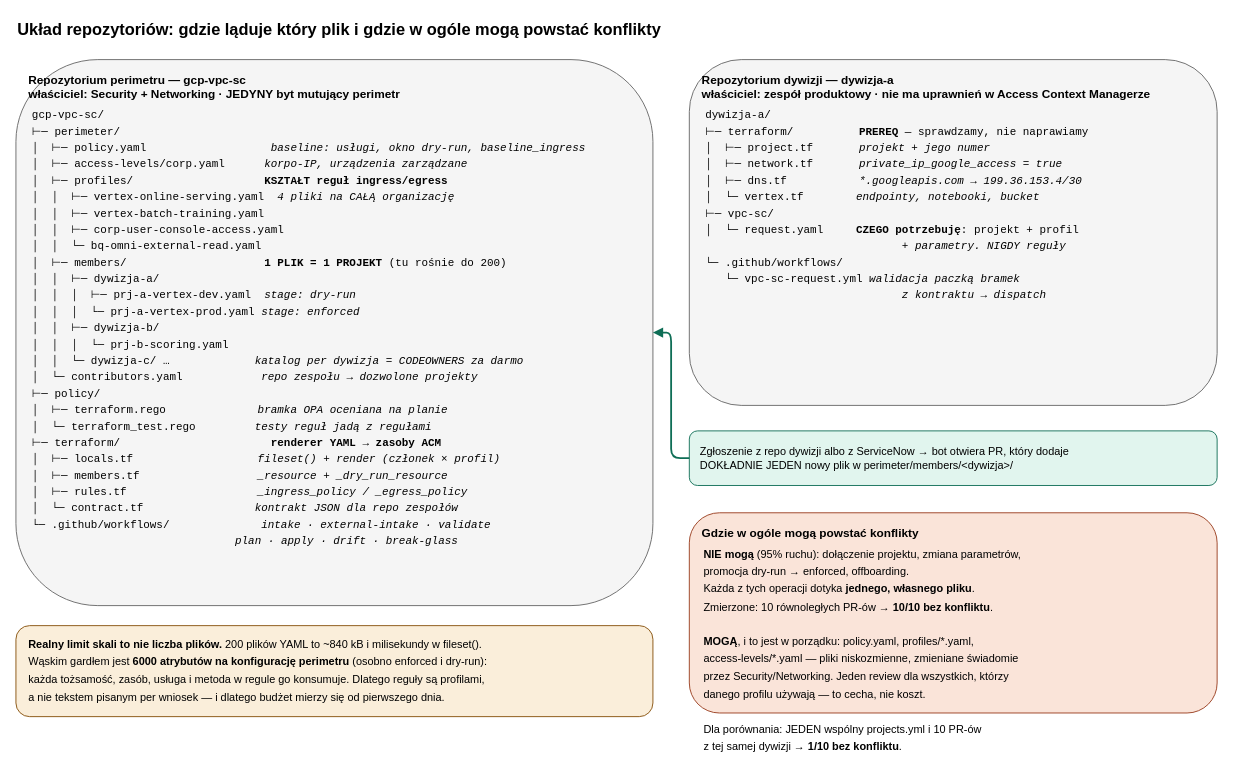
Above: docs/diagrams/D5-struktura-folderow.drawio in CptDolphin/gcp-vpc-sc (draw.io), before the change. Source tidied: cells renumbered, new cells numbered last; positions are measured from the earlier drawing's top-left corner, leaving out a move shared by most shapes. Both pictures are drawn from the tidied source at 91%, with x=0, y=0 at pixel (15, 15).
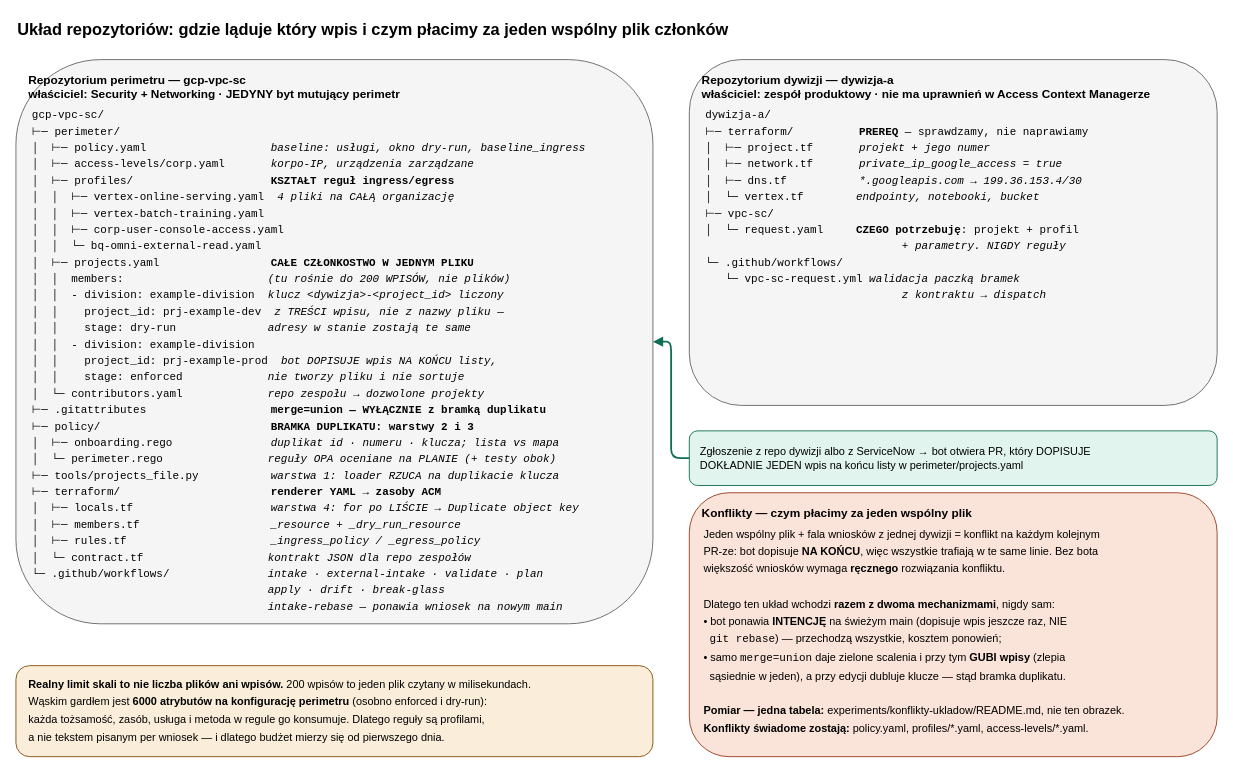
Above is the later version.

What changed in the source:
```diff
@@
 <mxGraphModel>
   <root>
     <mxCell id="0" />
     <mxCell id="1" parent="0" />
-    <mxCell id="2" value="Układ repozytoriów: gdzie ląduje który plik i gdzie w ogóle mogą powstać konflikty" style="text;html=1;fontSize=18;fontStyle=1;align=left;verticalAlign=middle;" parent="1" vertex="1">
+    <mxCell id="2" value="Układ repozytoriów: gdzie ląduje który wpis i czym płacimy za jeden wspólny plik członków" style="text;html=1;fontSize=18;fontStyle=1;align=left;verticalAlign=middle;" parent="1" vertex="1">
       <mxGeometry width="1000" height="30" as="geometry" />
     </mxCell>
     <mxCell id="3" value="Repozytorium perimetru — gcp-vpc-sc&#10;właściciel: Security + Networking · JEDYNY byt mutujący perimetr" style="rounded=1;whiteSpace=wrap;html=1;fillColor=#f5f5f5;strokeColor=#666666;align=left;verticalAlign=top;spacingLeft=12;spacingTop=8;fontSize=13;fontStyle=1;" parent="1" vertex="1">
-      <mxGeometry y="48" width="700" height="600" as="geometry" />
+      <mxGeometry y="48" width="700" height="620" as="geometry" />
     </mxCell>
-    <mxCell id="4" value="&lt;div style=&quot;font-family:Courier New,monospace;font-size:12px;text-align:left;line-height:1.5&quot;&gt;gcp-vpc-sc/&lt;br&gt;⊢─ perimeter/&lt;br&gt;│&amp;nbsp;&amp;nbsp;⊢─ policy.yaml&amp;nbsp;&amp;nbsp;&amp;nbsp;&amp;nbsp;&amp;nbsp;&amp;nbsp;&amp;nbsp;&amp;nbsp;&amp;nbsp;&amp;nbsp;&amp;nbsp;&amp;nbsp;&amp;nbsp;&amp;nbsp;&amp;nbsp;&amp;nbsp;&amp;nbsp;&amp;nbsp;&amp;nbsp;&lt;i&gt;baseline: usługi, okno dry-run, baseline_ingress&lt;/i&gt;&lt;br&gt;│&amp;nbsp;&amp;nbsp;⊢─ access-levels/corp.yaml&amp;nbsp;&amp;nbsp;&amp;nbsp;&amp;nbsp;&amp;nbsp;&amp;nbsp;&lt;i&gt;korpo-IP, urządzenia zarządzane&lt;/i&gt;&lt;br&gt;│&amp;nbsp;&amp;nbsp;⊢─ profiles/&amp;nbsp;&amp;nbsp;&amp;nbsp;&amp;nbsp;&amp;nbsp;&amp;nbsp;&amp;nbsp;&amp;nbsp;&amp;nbsp;&amp;nbsp;&amp;nbsp;&amp;nbsp;&amp;nbsp;&amp;nbsp;&amp;nbsp;&amp;nbsp;&amp;nbsp;&amp;nbsp;&amp;nbsp;&amp;nbsp;&lt;b&gt;KSZTAŁT reguł ingress/egress&lt;/b&gt;&lt;br&gt;│&amp;nbsp;&amp;nbsp;│&amp;nbsp;&amp;nbsp;⊢─ vertex-online-serving.yaml&amp;nbsp;&amp;nbsp;&lt;i&gt;4 pliki na CAŁĄ organizację&lt;/i&gt;&lt;br&gt;│&amp;nbsp;&amp;nbsp;│&amp;nbsp;&amp;nbsp;⊢─ vertex-batch-training.yaml&lt;br&gt;│&amp;nbsp;&amp;nbsp;│&amp;nbsp;&amp;nbsp;⊢─ corp-user-console-access.yaml&lt;br&gt;│&amp;nbsp;&amp;nbsp;│&amp;nbsp;&amp;nbsp;└─ bq-omni-external-read.yaml&lt;br&gt;│&amp;nbsp;&amp;nbsp;⊢─ members/&amp;nbsp;&amp;nbsp;&amp;nbsp;&amp;nbsp;&amp;nbsp;&amp;nbsp;&amp;nbsp;&amp;nbsp;&amp;nbsp;&amp;nbsp;&amp;nbsp;&amp;nbsp;&amp;nbsp;&amp;nbsp;&amp;nbsp;&amp;nbsp;&amp;nbsp;&amp;nbsp;&amp;nbsp;&amp;nbsp;&amp;nbsp;&lt;b&gt;1 PLIK = 1 PROJEKT&lt;/b&gt; (tu rośnie do 200)&lt;br&gt;│&amp;nbsp;&amp;nbsp;│&amp;nbsp;&amp;nbsp;⊢─ dywizja-a/&lt;br&gt;│&amp;nbsp;&amp;nbsp;│&amp;nbsp;&amp;nbsp;│&amp;nbsp;&amp;nbsp;⊢─ prj-a-vertex-dev.yaml&amp;nbsp;&amp;nbsp;&lt;i&gt;stage: dry-run&lt;/i&gt;&lt;br&gt;│&amp;nbsp;&amp;nbsp;│&amp;nbsp;&amp;nbsp;│&amp;nbsp;&amp;nbsp;└─ prj-a-vertex-prod.yaml&amp;nbsp;&lt;i&gt;stage: enforced&lt;/i&gt;&lt;br&gt;│&amp;nbsp;&amp;nbsp;│&amp;nbsp;&amp;nbsp;⊢─ dywizja-b/&lt;br&gt;│&amp;nbsp;&amp;nbsp;│&amp;nbsp;&amp;nbsp;│&amp;nbsp;&amp;nbsp;└─ prj-b-scoring.yaml&lt;br&gt;│&amp;nbsp;&amp;nbsp;│&amp;nbsp;&amp;nbsp;└─ dywizja-c/ …&amp;nbsp;&amp;nbsp;&amp;nbsp;&amp;nbsp;&amp;nbsp;&amp;nbsp;&amp;nbsp;&amp;nbsp;&amp;nbsp;&amp;nbsp;&amp;nbsp;&amp;nbsp;&amp;nbsp;&lt;i&gt;katalog per dywizja = CODEOWNERS za darmo&lt;/i&gt;&lt;br&gt;│&amp;nbsp;&amp;nbsp;└─ contributors.yaml&amp;nbsp;&amp;nbsp;&amp;nbsp;&amp;nbsp;&amp;nbsp;&amp;nbsp;&amp;nbsp;&amp;nbsp;&amp;nbsp;&amp;nbsp;&amp;nbsp;&amp;nbsp;&lt;i&gt;repo zespołu → dozwolone projekty&lt;/i&gt;&lt;br&gt;⊢─ policy/&lt;br&gt;│&amp;nbsp;&amp;nbsp;⊢─ terraform.rego&amp;nbsp;&amp;nbsp;&amp;nbsp;&amp;nbsp;&amp;nbsp;&amp;nbsp;&amp;nbsp;&amp;nbsp;&amp;nbsp;&amp;nbsp;&amp;nbsp;&amp;nbsp;&amp;nbsp;&amp;nbsp;&lt;i&gt;bramka OPA oceniana na planie&lt;/i&gt;&lt;br&gt;│&amp;nbsp;&amp;nbsp;└─ terraform_test.rego&amp;nbsp;&amp;nbsp;&amp;nbsp;&amp;nbsp;&amp;nbsp;&amp;nbsp;&amp;nbsp;&amp;nbsp;&amp;nbsp;&lt;i&gt;testy reguł jadą z regułami&lt;/i&gt;&lt;br&gt;⊢─ terraform/&amp;nbsp;&amp;nbsp;&amp;nbsp;&amp;nbsp;&amp;nbsp;&amp;nbsp;&amp;nbsp;&amp;nbsp;&amp;nbsp;&amp;nbsp;&amp;nbsp;&amp;nbsp;&amp;nbsp;&amp;nbsp;&amp;nbsp;&amp;nbsp;&amp;nbsp;&amp;nbsp;&amp;nbsp;&amp;nbsp;&amp;nbsp;&amp;nbsp;&amp;nbsp;&lt;b&gt;renderer YAML → zasoby ACM&lt;/b&gt;&lt;br&gt;│&amp;nbsp;&amp;nbsp;⊢─ locals.tf&amp;nbsp;&amp;nbsp;&amp;nbsp;&amp;nbsp;&amp;nbsp;&amp;nbsp;&amp;nbsp;&amp;nbsp;&amp;nbsp;&amp;nbsp;&amp;nbsp;&amp;nbsp;&amp;nbsp;&amp;nbsp;&amp;nbsp;&amp;nbsp;&amp;nbsp;&amp;nbsp;&amp;nbsp;&lt;i&gt;fileset() + render (członek × profil)&lt;/i&gt;&lt;br&gt;│&amp;nbsp;&amp;nbsp;⊢─ members.tf&amp;nbsp;&amp;nbsp;&amp;nbsp;&amp;nbsp;&amp;nbsp;&amp;nbsp;&amp;nbsp;&amp;nbsp;&amp;nbsp;&amp;nbsp;&amp;nbsp;&amp;nbsp;&amp;nbsp;&amp;nbsp;&amp;nbsp;&amp;nbsp;&amp;nbsp;&amp;nbsp;&lt;i&gt;_resource + _dry_run_resource&lt;/i&gt;&lt;br&gt;│&amp;nbsp;&amp;nbsp;⊢─ rules.tf&amp;nbsp;&amp;nbsp;&amp;nbsp;&amp;nbsp;&amp;nbsp;&amp;nbsp;&amp;nbsp;&amp;nbsp;&amp;nbsp;&amp;nbsp;&amp;nbsp;&amp;nbsp;&amp;nbsp;&amp;nbsp;&amp;nbsp;&amp;nbsp;&amp;nbsp;&amp;nbsp;&amp;nbsp;&amp;nbsp;&lt;i&gt;_ingress_policy / _egress_policy&lt;/i&gt;&lt;br&gt;│&amp;nbsp;&amp;nbsp;└─ contract.tf&amp;nbsp;&amp;nbsp;&amp;nbsp;&amp;nbsp;&amp;nbsp;&amp;nbsp;&amp;nbsp;&amp;nbsp;&amp;nbsp;&amp;nbsp;&amp;nbsp;&amp;nbsp;&amp;nbsp;&amp;nbsp;&amp;nbsp;&amp;nbsp;&amp;nbsp;&lt;i&gt;kontrakt JSON dla repo zespołów&lt;/i&gt;&lt;br&gt;└─ .github/workflows/&amp;nbsp;&amp;nbsp;&amp;nbsp;&amp;nbsp;&amp;nbsp;&amp;nbsp;&amp;nbsp;&amp;nbsp;&amp;nbsp;&amp;nbsp;&amp;nbsp;&amp;nbsp;&amp;nbsp;&amp;nbsp;&lt;i&gt;intake · external-intake · validate&lt;/i&gt;&lt;br&gt;&amp;nbsp;&amp;nbsp;&amp;nbsp;&amp;nbsp;&amp;nbsp;&amp;nbsp;&amp;nbsp;&amp;nbsp;&amp;nbsp;&amp;nbsp;&amp;nbsp;&amp;nbsp;&amp;nbsp;&amp;nbsp;&amp;nbsp;&amp;nbsp;&amp;nbsp;&amp;nbsp;&amp;nbsp;&amp;nbsp;&amp;nbsp;&amp;nbsp;&amp;nbsp;&amp;nbsp;&amp;nbsp;&amp;nbsp;&amp;nbsp;&amp;nbsp;&amp;nbsp;&amp;nbsp;&amp;nbsp;&lt;i&gt;plan · apply · drift · break-glass&lt;/i&gt;&lt;/div&gt;" style="text;html=1;strokeColor=none;fillColor=none;align=left;verticalAlign=top;" parent="1" vertex="1">
-      <mxGeometry x="16" y="94" width="676" height="580" as="geometry" />
+    <mxCell id="4" value="&lt;div style=&quot;font-family:Courier New,monospace;font-size:12px;text-align:left;line-height:1.5&quot;&gt;gcp-vpc-sc/&lt;br&gt;⊢─&amp;nbsp;perimeter/&lt;br&gt;│&amp;nbsp;&amp;nbsp;⊢─&amp;nbsp;policy.yaml&amp;nbsp;&amp;nbsp;&amp;nbsp;&amp;nbsp;&amp;nbsp;&amp;nbsp;&amp;nbsp;&amp;nbsp;&amp;nbsp;&amp;nbsp;&amp;nbsp;&amp;nbsp;&amp;nbsp;&amp;nbsp;&amp;nbsp;&amp;nbsp;&amp;nbsp;&amp;nbsp;&amp;nbsp;&lt;i&gt;baseline:&amp;nbsp;usługi,&amp;nbsp;okno&amp;nbsp;dry-run,&amp;nbsp;baseline_ingress&lt;/i&gt;&lt;br&gt;│&amp;nbsp;&amp;nbsp;⊢─&amp;nbsp;access-levels/corp.yaml&amp;nbsp;&amp;nbsp;&amp;nbsp;&amp;nbsp;&amp;nbsp;&amp;nbsp;&amp;nbsp;&lt;i&gt;korpo-IP,&amp;nbsp;urządzenia&amp;nbsp;zarządzane&lt;/i&gt;&lt;br&gt;│&amp;nbsp;&amp;nbsp;⊢─&amp;nbsp;profiles/&amp;nbsp;&amp;nbsp;&amp;nbsp;&amp;nbsp;&amp;nbsp;&amp;nbsp;&amp;nbsp;&amp;nbsp;&amp;nbsp;&amp;nbsp;&amp;nbsp;&amp;nbsp;&amp;nbsp;&amp;nbsp;&amp;nbsp;&amp;nbsp;&amp;nbsp;&amp;nbsp;&amp;nbsp;&amp;nbsp;&amp;nbsp;&lt;b&gt;KSZTAŁT&amp;nbsp;reguł&amp;nbsp;ingress/egress&lt;/b&gt;&lt;br&gt;│&amp;nbsp;&amp;nbsp;│&amp;nbsp;&amp;nbsp;⊢─&amp;nbsp;vertex-online-serving.yaml&amp;nbsp;&amp;nbsp;&lt;i&gt;4&amp;nbsp;pliki&amp;nbsp;na&amp;nbsp;CAŁĄ&amp;nbsp;organizację&lt;/i&gt;&lt;br&gt;│&amp;nbsp;&amp;nbsp;│&amp;nbsp;&amp;nbsp;⊢─&amp;nbsp;vertex-batch-training.yaml&lt;br&gt;│&amp;nbsp;&amp;nbsp;│&amp;nbsp;&amp;nbsp;⊢─&amp;nbsp;corp-user-console-access.yaml&lt;br&gt;│&amp;nbsp;&amp;nbsp;│&amp;nbsp;&amp;nbsp;└─&amp;nbsp;bq-omni-external-read.yaml&lt;br&gt;│&amp;nbsp;&amp;nbsp;⊢─&amp;nbsp;projects.yaml&amp;nbsp;&amp;nbsp;&amp;nbsp;&amp;nbsp;&amp;nbsp;&amp;nbsp;&amp;nbsp;&amp;nbsp;&amp;nbsp;&amp;nbsp;&amp;nbsp;&amp;nbsp;&amp;nbsp;&amp;nbsp;&amp;nbsp;&amp;nbsp;&amp;nbsp;&lt;b&gt;CAŁE&amp;nbsp;CZŁONKOSTWO&amp;nbsp;W&amp;nbsp;JEDNYM&amp;nbsp;PLIKU&lt;/b&gt;&lt;br&gt;│&amp;nbsp;&amp;nbsp;│&amp;nbsp;&amp;nbsp;members:&amp;nbsp;&amp;nbsp;&amp;nbsp;&amp;nbsp;&amp;nbsp;&amp;nbsp;&amp;nbsp;&amp;nbsp;&amp;nbsp;&amp;nbsp;&amp;nbsp;&amp;nbsp;&amp;nbsp;&amp;nbsp;&amp;nbsp;&amp;nbsp;&amp;nbsp;&amp;nbsp;&amp;nbsp;&amp;nbsp;&amp;nbsp;&amp;nbsp;&lt;i&gt;(tu&amp;nbsp;rośnie&amp;nbsp;do&amp;nbsp;200&amp;nbsp;WPISÓW,&amp;nbsp;nie&amp;nbsp;plików)&lt;/i&gt;&lt;br&gt;│&amp;nbsp;&amp;nbsp;│&amp;nbsp;&amp;nbsp;-&amp;nbsp;division:&amp;nbsp;example-division&amp;nbsp;&amp;nbsp;&lt;i&gt;klucz&amp;nbsp;&amp;lt;dywizja&amp;gt;-&amp;lt;project_id&amp;gt;&amp;nbsp;liczony&lt;/i&gt;&lt;br&gt;│&amp;nbsp;&amp;nbsp;│&amp;nbsp;&amp;nbsp;&amp;nbsp;&amp;nbsp;project_id:&amp;nbsp;prj-example-dev&amp;nbsp;&amp;nbsp;&lt;i&gt;z&amp;nbsp;TREŚCI&amp;nbsp;wpisu,&amp;nbsp;nie&amp;nbsp;z&amp;nbsp;nazwy&amp;nbsp;pliku&amp;nbsp;—&lt;/i&gt;&lt;br&gt;│&amp;nbsp;&amp;nbsp;│&amp;nbsp;&amp;nbsp;&amp;nbsp;&amp;nbsp;stage:&amp;nbsp;dry-run&amp;nbsp;&amp;nbsp;&amp;nbsp;&amp;nbsp;&amp;nbsp;&amp;nbsp;&amp;nbsp;&amp;nbsp;&amp;nbsp;&amp;nbsp;&amp;nbsp;&amp;nbsp;&amp;nbsp;&amp;nbsp;&lt;i&gt;adresy&amp;nbsp;w&amp;nbsp;stanie&amp;nbsp;zostają&amp;nbsp;te&amp;nbsp;same&lt;/i&gt;&lt;br&gt;│&amp;nbsp;&amp;nbsp;│&amp;nbsp;&amp;nbsp;-&amp;nbsp;division:&amp;nbsp;example-division&lt;br&gt;│&amp;nbsp;&amp;nbsp;│&amp;nbsp;&amp;nbsp;&amp;nbsp;&amp;nbsp;project_id:&amp;nbsp;prj-example-prod&amp;nbsp;&amp;nbsp;&lt;i&gt;bot&amp;nbsp;DOPISUJE&amp;nbsp;wpis&amp;nbsp;NA&amp;nbsp;KOŃCU&amp;nbsp;listy,&lt;/i&gt;&lt;br&gt;│&amp;nbsp;&amp;nbsp;│&amp;nbsp;&amp;nbsp;&amp;nbsp;&amp;nbsp;stage:&amp;nbsp;enforced&amp;nbsp;&amp;nbsp;&amp;nbsp;&amp;nbsp;&amp;nbsp;&amp;nbsp;&amp;nbsp;&amp;nbsp;&amp;nbsp;&amp;nbsp;&amp;nbsp;&amp;nbsp;&amp;nbsp;&lt;i&gt;nie&amp;nbsp;tworzy&amp;nbsp;pliku&amp;nbsp;i&amp;nbsp;nie&amp;nbsp;sortuje&lt;/i&gt;&lt;br&gt;│&amp;nbsp;&amp;nbsp;└─&amp;nbsp;contributors.yaml&amp;nbsp;&amp;nbsp;&amp;nbsp;&amp;nbsp;&amp;nbsp;&amp;nbsp;&amp;nbsp;&amp;nbsp;&amp;nbsp;&amp;nbsp;&amp;nbsp;&amp;nbsp;&amp;nbsp;&lt;i&gt;repo&amp;nbsp;zespołu&amp;nbsp;→&amp;nbsp;dozwolone&amp;nbsp;projekty&lt;/i&gt;&lt;br&gt;⊢─&amp;nbsp;.gitattributes&amp;nbsp;&amp;nbsp;&amp;nbsp;&amp;nbsp;&amp;nbsp;&amp;nbsp;&amp;nbsp;&amp;nbsp;&amp;nbsp;&amp;nbsp;&amp;nbsp;&amp;nbsp;&amp;nbsp;&amp;nbsp;&amp;nbsp;&amp;nbsp;&amp;nbsp;&amp;nbsp;&amp;nbsp;&lt;b&gt;merge=union&amp;nbsp;—&amp;nbsp;WYŁĄCZNIE&amp;nbsp;z&amp;nbsp;bramką&amp;nbsp;duplikatu&lt;/b&gt;&lt;br&gt;⊢─&amp;nbsp;policy/&amp;nbsp;&amp;nbsp;&amp;nbsp;&amp;nbsp;&amp;nbsp;&amp;nbsp;&amp;nbsp;&amp;nbsp;&amp;nbsp;&amp;nbsp;&amp;nbsp;&amp;nbsp;&amp;nbsp;&amp;nbsp;&amp;nbsp;&amp;nbsp;&amp;nbsp;&amp;nbsp;&amp;nbsp;&amp;nbsp;&amp;nbsp;&amp;nbsp;&amp;nbsp;&amp;nbsp;&amp;nbsp;&amp;nbsp;&lt;b&gt;BRAMKA&amp;nbsp;DUPLIKATU:&amp;nbsp;warstwy&amp;nbsp;2&amp;nbsp;i&amp;nbsp;3&lt;/b&gt;&lt;br&gt;│&amp;nbsp;&amp;nbsp;⊢─&amp;nbsp;onboarding.rego&amp;nbsp;&amp;nbsp;&amp;nbsp;&amp;nbsp;&amp;nbsp;&amp;nbsp;&amp;nbsp;&amp;nbsp;&amp;nbsp;&amp;nbsp;&amp;nbsp;&amp;nbsp;&amp;nbsp;&amp;nbsp;&amp;nbsp;&lt;i&gt;duplikat&amp;nbsp;id&amp;nbsp;·&amp;nbsp;numeru&amp;nbsp;·&amp;nbsp;klucza;&amp;nbsp;lista&amp;nbsp;vs&amp;nbsp;mapa&lt;/i&gt;&lt;br&gt;│&amp;nbsp;&amp;nbsp;└─&amp;nbsp;perimeter.rego&amp;nbsp;&amp;nbsp;&amp;nbsp;&amp;nbsp;&amp;nbsp;&amp;nbsp;&amp;nbsp;&amp;nbsp;&amp;nbsp;&amp;nbsp;&amp;nbsp;&amp;nbsp;&amp;nbsp;&amp;nbsp;&amp;nbsp;&amp;nbsp;&lt;i&gt;reguły&amp;nbsp;OPA&amp;nbsp;oceniane&amp;nbsp;na&amp;nbsp;PLANIE&amp;nbsp;(+&amp;nbsp;testy&amp;nbsp;obok)&lt;/i&gt;&lt;br&gt;⊢─&amp;nbsp;tools/projects_file.py&amp;nbsp;&amp;nbsp;&amp;nbsp;&amp;nbsp;&amp;nbsp;&amp;nbsp;&amp;nbsp;&amp;nbsp;&amp;nbsp;&amp;nbsp;&amp;nbsp;&lt;i&gt;warstwa&amp;nbsp;1:&amp;nbsp;loader&amp;nbsp;RZUCA&amp;nbsp;na&amp;nbsp;duplikacie&amp;nbsp;klucza&lt;/i&gt;&lt;br&gt;⊢─&amp;nbsp;terraform/&amp;nbsp;&amp;nbsp;&amp;nbsp;&amp;nbsp;&amp;nbsp;&amp;nbsp;&amp;nbsp;&amp;nbsp;&amp;nbsp;&amp;nbsp;&amp;nbsp;&amp;nbsp;&amp;nbsp;&amp;nbsp;&amp;nbsp;&amp;nbsp;&amp;nbsp;&amp;nbsp;&amp;nbsp;&amp;nbsp;&amp;nbsp;&amp;nbsp;&amp;nbsp;&lt;b&gt;renderer&amp;nbsp;YAML&amp;nbsp;→&amp;nbsp;zasoby&amp;nbsp;ACM&lt;/b&gt;&lt;br&gt;│&amp;nbsp;&amp;nbsp;⊢─&amp;nbsp;locals.tf&amp;nbsp;&amp;nbsp;&amp;nbsp;&amp;nbsp;&amp;nbsp;&amp;nbsp;&amp;nbsp;&amp;nbsp;&amp;nbsp;&amp;nbsp;&amp;nbsp;&amp;nbsp;&amp;nbsp;&amp;nbsp;&amp;nbsp;&amp;nbsp;&amp;nbsp;&amp;nbsp;&amp;nbsp;&amp;nbsp;&amp;nbsp;&lt;i&gt;warstwa&amp;nbsp;4:&amp;nbsp;for&amp;nbsp;po&amp;nbsp;LIŚCIE&amp;nbsp;→&amp;nbsp;Duplicate&amp;nbsp;object&amp;nbsp;key&lt;/i&gt;&lt;br&gt;│&amp;nbsp;&amp;nbsp;⊢─&amp;nbsp;members.tf&amp;nbsp;&amp;nbsp;&amp;nbsp;&amp;nbsp;&amp;nbsp;&amp;nbsp;&amp;nbsp;&amp;nbsp;&amp;nbsp;&amp;nbsp;&amp;nbsp;&amp;nbsp;&amp;nbsp;&amp;nbsp;&amp;nbsp;&amp;nbsp;&amp;nbsp;&amp;nbsp;&amp;nbsp;&amp;nbsp;&lt;i&gt;_resource&amp;nbsp;+&amp;nbsp;_dry_run_resource&lt;/i&gt;&lt;br&gt;│&amp;nbsp;&amp;nbsp;⊢─&amp;nbsp;rules.tf&amp;nbsp;&amp;nbsp;&amp;nbsp;&amp;nbsp;&amp;nbsp;&amp;nbsp;&amp;nbsp;&amp;nbsp;&amp;nbsp;&amp;nbsp;&amp;nbsp;&amp;nbsp;&amp;nbsp;&amp;nbsp;&amp;nbsp;&amp;nbsp;&amp;nbsp;&amp;nbsp;&amp;nbsp;&amp;nbsp;&amp;nbsp;&amp;nbsp;&lt;i&gt;_ingress_policy&amp;nbsp;/&amp;nbsp;_egress_policy&lt;/i&gt;&lt;br&gt;│&amp;nbsp;&amp;nbsp;└─&amp;nbsp;contract.tf&amp;nbsp;&amp;nbsp;&amp;nbsp;&amp;nbsp;&amp;nbsp;&amp;nbsp;&amp;nbsp;&amp;nbsp;&amp;nbsp;&amp;nbsp;&amp;nbsp;&amp;nbsp;&amp;nbsp;&amp;nbsp;&amp;nbsp;&amp;nbsp;&amp;nbsp;&amp;nbsp;&amp;nbsp;&lt;i&gt;kontrakt&amp;nbsp;JSON&amp;nbsp;dla&amp;nbsp;repo&amp;nbsp;zespołów&lt;/i&gt;&lt;br&gt;└─&amp;nbsp;.github/workflows/&amp;nbsp;&amp;nbsp;&amp;nbsp;&amp;nbsp;&amp;nbsp;&amp;nbsp;&amp;nbsp;&amp;nbsp;&amp;nbsp;&amp;nbsp;&amp;nbsp;&amp;nbsp;&amp;nbsp;&amp;nbsp;&amp;nbsp;&lt;i&gt;intake&amp;nbsp;·&amp;nbsp;external-intake&amp;nbsp;·&amp;nbsp;validate&amp;nbsp;·&amp;nbsp;plan&lt;/i&gt;&lt;br&gt;&amp;nbsp;&amp;nbsp;&amp;nbsp;&amp;nbsp;&amp;nbsp;&amp;nbsp;&amp;nbsp;&amp;nbsp;&amp;nbsp;&amp;nbsp;&amp;nbsp;&amp;nbsp;&amp;nbsp;&amp;nbsp;&amp;nbsp;&amp;nbsp;&amp;nbsp;&amp;nbsp;&amp;nbsp;&amp;nbsp;&amp;nbsp;&amp;nbsp;&amp;nbsp;&amp;nbsp;&amp;nbsp;&amp;nbsp;&amp;nbsp;&amp;nbsp;&amp;nbsp;&amp;nbsp;&amp;nbsp;&amp;nbsp;&amp;nbsp;&amp;nbsp;&amp;nbsp;&amp;nbsp;&lt;i&gt;apply&amp;nbsp;·&amp;nbsp;drift&amp;nbsp;·&amp;nbsp;break-glass&lt;/i&gt;&lt;br&gt;&amp;nbsp;&amp;nbsp;&amp;nbsp;&amp;nbsp;&amp;nbsp;&amp;nbsp;&amp;nbsp;&amp;nbsp;&amp;nbsp;&amp;nbsp;&amp;nbsp;&amp;nbsp;&amp;nbsp;&amp;nbsp;&amp;nbsp;&amp;nbsp;&amp;nbsp;&amp;nbsp;&amp;nbsp;&amp;nbsp;&amp;nbsp;&amp;nbsp;&amp;nbsp;&amp;nbsp;&amp;nbsp;&amp;nbsp;&amp;nbsp;&amp;nbsp;&amp;nbsp;&amp;nbsp;&amp;nbsp;&amp;nbsp;&amp;nbsp;&amp;nbsp;&amp;nbsp;&amp;nbsp;&lt;i&gt;intake-rebase&amp;nbsp;—&amp;nbsp;ponawia&amp;nbsp;wniosek&amp;nbsp;na&amp;nbsp;nowym&amp;nbsp;main&lt;/i&gt;&lt;/div&gt;" style="text;html=1;strokeColor=none;fillColor=none;align=left;verticalAlign=top;" parent="1" vertex="1">
+      <mxGeometry x="16" y="94" width="676" height="570" as="geometry" />
     </mxCell>
     <mxCell id="5" value="Repozytorium dywizji — dywizja-a&#10;właściciel: zespół produktowy · nie ma uprawnień w Access Context Managerze" style="rounded=1;whiteSpace=wrap;html=1;fillColor=#f5f5f5;strokeColor=#666666;align=left;verticalAlign=top;spacingLeft=12;spacingTop=8;fontSize=13;fontStyle=1;" parent="1" vertex="1">
       <mxGeometry x="740" y="48" width="580" height="380" as="geometry" />
     </mxCell>
     <mxCell id="6" value="&lt;div style=&quot;font-family:Courier New,monospace;font-size:12px;text-align:left;line-height:1.5&quot;&gt;dywizja-a/&lt;br&gt;⊢─ terraform/&amp;nbsp;&amp;nbsp;&amp;nbsp;&amp;nbsp;&amp;nbsp;&amp;nbsp;&amp;nbsp;&amp;nbsp;&amp;nbsp;&amp;nbsp;&lt;b&gt;PREREQ&lt;/b&gt; — sprawdzamy, nie naprawiamy&lt;br&gt;│&amp;nbsp;&amp;nbsp;⊢─ project.tf&amp;nbsp;&amp;nbsp;&amp;nbsp;&amp;nbsp;&amp;nbsp;&amp;nbsp;&amp;nbsp;&lt;i&gt;projekt + jego numer&lt;/i&gt;&lt;br&gt;│&amp;nbsp;&amp;nbsp;⊢─ network.tf&amp;nbsp;&amp;nbsp;&amp;nbsp;&amp;nbsp;&amp;nbsp;&amp;nbsp;&amp;nbsp;&lt;i&gt;private_ip_google_access = true&lt;/i&gt;&lt;br&gt;│&amp;nbsp;&amp;nbsp;⊢─ dns.tf&amp;nbsp;&amp;nbsp;&amp;nbsp;&amp;nbsp;&amp;nbsp;&amp;nbsp;&amp;nbsp;&amp;nbsp;&amp;nbsp;&amp;nbsp;&amp;nbsp;&lt;i&gt;*.googleapis.com → 199.36.153.4/30&lt;/i&gt;&lt;br&gt;│&amp;nbsp;&amp;nbsp;└─ vertex.tf&amp;nbsp;&amp;nbsp;&amp;nbsp;&amp;nbsp;&amp;nbsp;&amp;nbsp;&amp;nbsp;&amp;nbsp;&lt;i&gt;endpointy, notebooki, bucket&lt;/i&gt;&lt;br&gt;⊢─ vpc-sc/&lt;br&gt;│&amp;nbsp;&amp;nbsp;└─ request.yaml&amp;nbsp;&amp;nbsp;&amp;nbsp;&amp;nbsp;&amp;nbsp;&lt;b&gt;CZEGO potrzebuję&lt;/b&gt;: projekt + profil&lt;br&gt;&amp;nbsp;&amp;nbsp;&amp;nbsp;&amp;nbsp;&amp;nbsp;&amp;nbsp;&amp;nbsp;&amp;nbsp;&amp;nbsp;&amp;nbsp;&amp;nbsp;&amp;nbsp;&amp;nbsp;&amp;nbsp;&amp;nbsp;&amp;nbsp;&amp;nbsp;&amp;nbsp;&amp;nbsp;&amp;nbsp;&amp;nbsp;&amp;nbsp;&amp;nbsp;&amp;nbsp;&amp;nbsp;&amp;nbsp;&amp;nbsp;&amp;nbsp;&amp;nbsp;&amp;nbsp;&lt;i&gt;+ parametry. NIGDY reguły&lt;/i&gt;&lt;br&gt;└─ .github/workflows/&lt;br&gt;&amp;nbsp;&amp;nbsp;&amp;nbsp;└─ vpc-sc-request.yml&amp;nbsp;&lt;i&gt;walidacja paczką bramek&lt;/i&gt;&lt;br&gt;&amp;nbsp;&amp;nbsp;&amp;nbsp;&amp;nbsp;&amp;nbsp;&amp;nbsp;&amp;nbsp;&amp;nbsp;&amp;nbsp;&amp;nbsp;&amp;nbsp;&amp;nbsp;&amp;nbsp;&amp;nbsp;&amp;nbsp;&amp;nbsp;&amp;nbsp;&amp;nbsp;&amp;nbsp;&amp;nbsp;&amp;nbsp;&amp;nbsp;&amp;nbsp;&amp;nbsp;&amp;nbsp;&amp;nbsp;&amp;nbsp;&amp;nbsp;&amp;nbsp;&amp;nbsp;&lt;i&gt;z kontraktu → dispatch&lt;/i&gt;&lt;/div&gt;" style="text;html=1;strokeColor=none;fillColor=none;align=left;verticalAlign=top;" parent="1" vertex="1">
       <mxGeometry x="756" y="94" width="548" height="320" as="geometry" />
     </mxCell>
-    <mxCell id="7" value="Zgłoszenie z repo dywizji albo z ServiceNow → bot otwiera PR, który dodaje&#10;DOKŁADNIE JEDEN nowy plik w perimeter/members/&amp;lt;dywizja&amp;gt;/" style="rounded=1;whiteSpace=wrap;html=1;fillColor=#e1f5ee;strokeColor=#0f6e56;fontSize=12;align=left;spacingLeft=10;verticalAlign=middle;" parent="1" vertex="1">
+    <mxCell id="7" value="Zgłoszenie z repo dywizji albo z ServiceNow → bot otwiera PR, który DOPISUJE&#10;DOKŁADNIE JEDEN wpis na końcu listy w perimeter/projects.yaml" style="rounded=1;whiteSpace=wrap;html=1;fillColor=#e1f5ee;strokeColor=#0f6e56;fontSize=12;align=left;spacingLeft=10;verticalAlign=middle;" parent="1" vertex="1">
       <mxGeometry x="740" y="456" width="580" height="60" as="geometry" />
     </mxCell>
     <mxCell id="8" style="edgeStyle=orthogonalEdgeStyle;rounded=1;html=1;strokeColor=#0f6e56;strokeWidth=2;endArrow=block;" parent="1" edge="1" source="7" target="3">
       <mxGeometry relative="1" as="geometry" />
     </mxCell>
-    <mxCell id="9" value="Gdzie w ogóle mogą powstać konflikty" style="rounded=1;whiteSpace=wrap;html=1;fillColor=#fae4d9;strokeColor=#993c1d;align=left;verticalAlign=top;spacingLeft=12;spacingTop=8;fontSize=13;fontStyle=1;" parent="1" vertex="1">
-      <mxGeometry x="740" y="546" width="580" height="220" as="geometry" />
+    <mxCell id="9" value="Konflikty — czym płacimy za jeden wspólny plik" style="rounded=1;whiteSpace=wrap;html=1;fillColor=#fae4d9;strokeColor=#993c1d;align=left;verticalAlign=top;spacingLeft=12;spacingTop=8;fontSize=13;fontStyle=1;" parent="1" vertex="1">
+      <mxGeometry x="740" y="524" width="580" height="290" as="geometry" />
     </mxCell>
-    <mxCell id="10" value="&lt;div style=&quot;font-size:12px;text-align:left;line-height:1.6&quot;&gt;&lt;b&gt;NIE mogą&lt;/b&gt; (95% ruchu): dołączenie projektu, zmiana parametrów,&lt;br&gt;promocja dry-run → enforced, offboarding.&lt;br&gt;Każda z tych operacji dotyka &lt;b&gt;jednego, własnego pliku&lt;/b&gt;.&lt;br&gt;Zmierzone: 10 równoległych PR-ów → &lt;b&gt;10/10 bez konfliktu&lt;/b&gt;.&lt;br&gt;&lt;br&gt;&lt;b&gt;MOGĄ&lt;/b&gt;, i to jest w porządku: policy.yaml, profiles/*.yaml,&lt;br&gt;access-levels/*.yaml — pliki niskozmienne, zmieniane świadomie&lt;br&gt;przez Security/Networking. Jeden review dla wszystkich, którzy&lt;br&gt;danego profilu używają — to cecha, nie koszt.&lt;br&gt;&lt;br&gt;Dla porównania: JEDEN wspólny projects.yml i 10 PR-ów&lt;br&gt;z tej samej dywizji → &lt;b&gt;1/10 bez konfliktu&lt;/b&gt;.&lt;/div&gt;" style="text;html=1;strokeColor=none;fillColor=none;align=left;verticalAlign=top;" parent="1" vertex="1">
-      <mxGeometry x="754" y="576" width="552" height="180" as="geometry" />
+    <mxCell id="10" value="&lt;div style=&quot;font-size:12px;text-align:left;line-height:1.6&quot;&gt;Jeden wspólny plik + fala wniosków z jednej dywizji = konflikt na każdym kolejnym&lt;br&gt;PR-ze: bot dopisuje &lt;b&gt;NA KOŃCU&lt;/b&gt;, więc wszystkie trafiają w te same linie. Bez bota&lt;br&gt;większość wniosków wymaga &lt;b&gt;ręcznego&lt;/b&gt; rozwiązania konfliktu.&lt;br&gt;&lt;br&gt;Dlatego ten układ wchodzi &lt;b&gt;razem z dwoma mechanizmami&lt;/b&gt;, nigdy sam:&lt;br&gt;• bot ponawia &lt;b&gt;INTENCJĘ&lt;/b&gt; na świeżym main (dopisuje wpis jeszcze raz, NIE&lt;br&gt;&amp;nbsp;&amp;nbsp;&lt;code&gt;git rebase&lt;/code&gt;) — przechodzą wszystkie, kosztem ponowień;&lt;br&gt;• samo &lt;code&gt;merge=union&lt;/code&gt; daje zielone scalenia i przy tym &lt;b&gt;GUBI wpisy&lt;/b&gt; (zlepia&lt;br&gt;&amp;nbsp;&amp;nbsp;sąsiednie w jeden), a przy edycji dubluje klucze — stąd bramka duplikatu.&lt;br&gt;&lt;br&gt;&lt;b&gt;Pomiar — jedna tabela:&lt;/b&gt; experiments/konflikty-ukladow/README.md, nie ten obrazek.&lt;br&gt;&lt;b&gt;Konflikty świadome zostają:&lt;/b&gt; policy.yaml, profiles/*.yaml, access-levels/*.yaml.&lt;/div&gt;" style="text;html=1;strokeColor=none;fillColor=none;align=left;verticalAlign=top;" parent="1" vertex="1">
+      <mxGeometry x="754" y="554" width="552" height="254" as="geometry" />
     </mxCell>
-    <mxCell id="11" value="&lt;div style=&quot;font-size:12px;text-align:left;line-height:1.6&quot;&gt;&lt;b&gt;Realny limit skali to nie liczba plików.&lt;/b&gt; 200 plików YAML to ~840 kB i milisekundy w fileset().&lt;br&gt;Wąskim gardłem jest &lt;b&gt;6000 atrybutów na konfigurację perimetru&lt;/b&gt; (osobno enforced i dry-run):&lt;br&gt;każda tożsamość, zasób, usługa i metoda w regule go konsumuje. Dlatego reguły są profilami,&lt;br&gt;a nie tekstem pisanym per wniosek — i dlatego budżet mierzy się od pierwszego dnia.&lt;/div&gt;" style="rounded=1;whiteSpace=wrap;html=1;fillColor=#faeeda;strokeColor=#854f0b;align=left;verticalAlign=middle;spacingLeft=12;" parent="1" vertex="1">
-      <mxGeometry y="670" width="700" height="100" as="geometry" />
+    <mxCell id="11" value="&lt;div style=&quot;font-size:12px;text-align:left;line-height:1.6&quot;&gt;&lt;b&gt;Realny limit skali to nie liczba plików ani wpisów.&lt;/b&gt; 200 wpisów to jeden plik czytany w milisekundach.&lt;br&gt;Wąskim gardłem jest &lt;b&gt;6000 atrybutów na konfigurację perimetru&lt;/b&gt; (osobno enforced i dry-run):&lt;br&gt;każda tożsamość, zasób, usługa i metoda w regule go konsumuje. Dlatego reguły są profilami,&lt;br&gt;a nie tekstem pisanym per wniosek — i dlatego budżet mierzy się od pierwszego dnia.&lt;/div&gt;" style="rounded=1;whiteSpace=wrap;html=1;fillColor=#faeeda;strokeColor=#854f0b;align=left;verticalAlign=middle;spacingLeft=12;" parent="1" vertex="1">
+      <mxGeometry y="714" width="700" height="100" as="geometry" />
     </mxCell>
   </root>
 </mxGraphModel>
```
